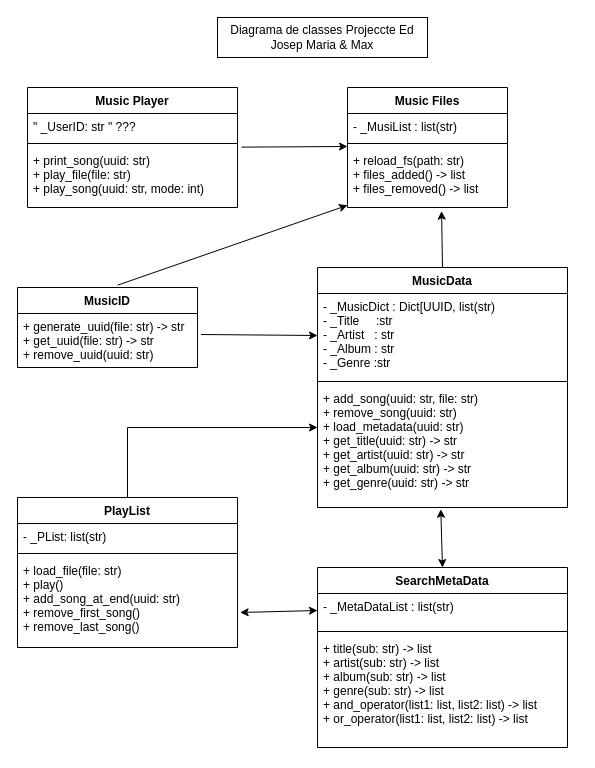
The draw.io diagram Untitled Diagram.drawio in NIU1636724/project_1, before the edit. Source tidied: cells renumbered, new cells numbered last; positions are measured from the earlier drawing's top-left corner, leaving out a move shared by most shapes. Both pictures are drawn from the tidied source at 100%, with x=0, y=0 at pixel (17, 17).
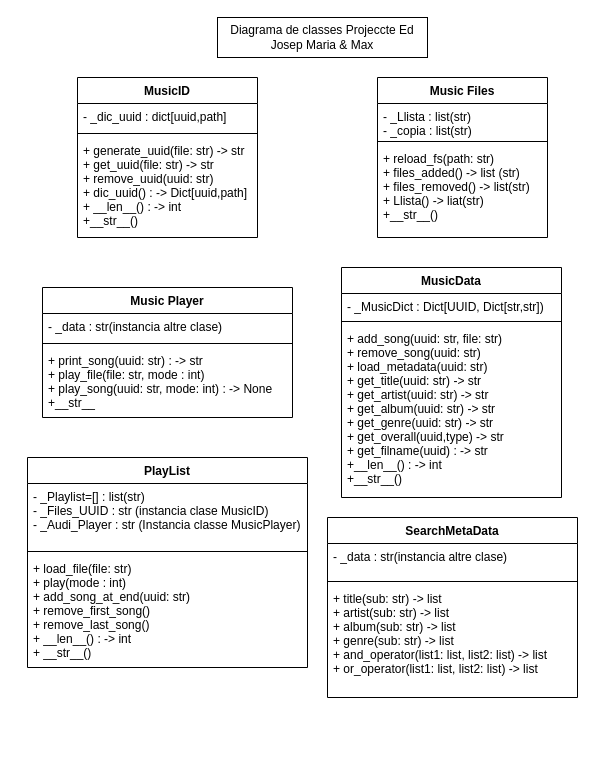
The same diagram, later.

Change to the diagram source:
```diff
@@
     <mxCell id="2" value="Music Player" style="swimlane;fontStyle=1;align=center;verticalAlign=top;horizontal=1;startSize=26;" parent="1" vertex="1">
-      <mxGeometry x="10" y="70" width="210" height="120" as="geometry" />
+      <mxGeometry x="25" y="270" width="250" height="130" as="geometry" />
     </mxCell>
-    <mxCell id="3" value="&quot; _UserID: str &quot; ???" style="text;strokeColor=none;fillColor=none;align=left;verticalAlign=top;spacingLeft=4;spacingRight=4;overflow=hidden;" parent="2" vertex="1">
-      <mxGeometry y="26" width="210" height="26" as="geometry" />
+    <mxCell id="3" value="- _data : str(instancia altre clase)" style="text;strokeColor=none;fillColor=none;align=left;verticalAlign=top;spacingLeft=4;spacingRight=4;overflow=hidden;" parent="2" vertex="1">
+      <mxGeometry y="26" width="250" height="26" as="geometry" />
     </mxCell>
     <mxCell id="4" style="line;strokeWidth=1;fillColor=none;align=left;verticalAlign=middle;spacingTop=-1;spacingLeft=3;spacingRight=3;labelPosition=right;" parent="2" vertex="1">
-      <mxGeometry y="52" width="210" height="8" as="geometry" />
+      <mxGeometry y="52" width="250" height="8" as="geometry" />
     </mxCell>
-    <mxCell id="5" value="+ print_song(uuid: str) &#10;+ play_file(file: str)&#10;+ play_song(uuid: str, mode: int) " style="text;strokeColor=none;fillColor=none;align=left;verticalAlign=top;spacingLeft=4;spacingRight=4;overflow=hidden;points=[[0,0.5],[1,0.5]];portConstraint=eastwest;" parent="2" vertex="1">
-      <mxGeometry y="60" width="210" height="60" as="geometry" />
+    <mxCell id="5" value="+ print_song(uuid: str) : -&gt; str&#10;+ play_file(file: str, mode : int)&#10;+ play_song(uuid: str, mode: int) : -&gt; None&#10;+__str__ " style="text;strokeColor=none;fillColor=none;align=left;verticalAlign=top;spacingLeft=4;spacingRight=4;overflow=hidden;points=[[0,0.5],[1,0.5]];portConstraint=eastwest;" parent="2" vertex="1">
+      <mxGeometry y="60" width="250" height="70" as="geometry" />
     </mxCell>
     <mxCell id="6" value="Music Files" style="swimlane;fontStyle=1;align=center;verticalAlign=top;horizontal=1;startSize=26;" parent="1" vertex="1">
-      <mxGeometry x="330" y="70" width="160" height="120" as="geometry" />
+      <mxGeometry x="360" y="60" width="170" height="160" as="geometry" />
     </mxCell>
-    <mxCell id="7" value="- _MusiList : list(str)" style="text;strokeColor=none;fillColor=none;align=left;verticalAlign=top;spacingLeft=4;spacingRight=4;overflow=hidden;" parent="6" vertex="1">
-      <mxGeometry y="26" width="160" height="26" as="geometry" />
+    <mxCell id="7" value="- _Llista : list(str)&#10;- _copia : list(str)" style="text;strokeColor=none;fillColor=none;align=left;verticalAlign=top;spacingLeft=4;spacingRight=4;overflow=hidden;" parent="6" vertex="1">
+      <mxGeometry y="26" width="170" height="34" as="geometry" />
     </mxCell>
     <mxCell id="8" style="line;strokeWidth=1;fillColor=none;align=left;verticalAlign=middle;spacingTop=-1;spacingLeft=3;spacingRight=3;labelPosition=right;" parent="6" vertex="1">
-      <mxGeometry y="52" width="160" height="8" as="geometry" />
+      <mxGeometry y="60" width="170" height="8" as="geometry" />
     </mxCell>
-    <mxCell id="9" value="+ reload_fs(path: str) &#10;+ files_added() -&gt; list &#10;+ files_removed() -&gt; list" style="text;strokeColor=none;fillColor=none;align=left;verticalAlign=top;spacingLeft=4;spacingRight=4;overflow=hidden;points=[[0,0.5],[1,0.5]];portConstraint=eastwest;" parent="6" vertex="1">
-      <mxGeometry y="60" width="160" height="60" as="geometry" />
+    <mxCell id="9" value="+ reload_fs(path: str) &#10;+ files_added() -&gt; list (str)&#10;+ files_removed() -&gt; list(str)&#10;+ Llista() -&gt; liat(str)&#10;+__str__()&#10;" style="text;strokeColor=none;fillColor=none;align=left;verticalAlign=top;spacingLeft=4;spacingRight=4;overflow=hidden;points=[[0,0.5],[1,0.5]];portConstraint=eastwest;" parent="6" vertex="1">
+      <mxGeometry y="68" width="170" height="92" as="geometry" />
     </mxCell>
-    <mxCell id="10" style="endArrow=classic;html=1;rounded=0;entryX=0;entryY=-0.017;entryDx=0;entryDy=0;entryPerimeter=0;exitX=1.019;exitY=-0.006;exitDx=0;exitDy=0;exitPerimeter=0;" parent="1" edge="1" source="5" target="9">
-      <mxGeometry relative="1" as="geometry" />
-    </mxCell>
     <mxCell id="11" value="MusicData" style="swimlane;fontStyle=1;align=center;verticalAlign=top;horizontal=1;startSize=26;" parent="1" vertex="1">
-      <mxGeometry x="300" y="250" width="250" height="240" as="geometry" />
+      <mxGeometry x="324" y="250" width="220" height="230" as="geometry" />
     </mxCell>
-    <mxCell id="12" value="- _MusicDict : Dict[UUID, list(str)&#10;- _Title     :str&#10;- _Artist   : str&#10;- _Album : str&#10;- _Genre :str" style="text;strokeColor=none;fillColor=none;align=left;verticalAlign=top;spacingLeft=4;spacingRight=4;overflow=hidden;points=[[0,0.5],[1,0.5]];portConstraint=eastwest;" parent="11" vertex="1">
-      <mxGeometry y="26" width="250" height="84" as="geometry" />
+    <mxCell id="12" value="- _MusicDict : Dict[UUID, Dict[str,str])&#10;" style="text;strokeColor=none;fillColor=none;align=left;verticalAlign=top;spacingLeft=4;spacingRight=4;overflow=hidden;points=[[0,0.5],[1,0.5]];portConstraint=eastwest;" parent="11" vertex="1">
+      <mxGeometry y="26" width="220" height="24" as="geometry" />
     </mxCell>
     <mxCell id="13" style="line;strokeWidth=1;fillColor=none;align=left;verticalAlign=middle;spacingTop=-1;spacingLeft=3;spacingRight=3;labelPosition=right;" parent="11" vertex="1">
-      <mxGeometry y="110" width="250" height="8" as="geometry" />
+      <mxGeometry y="50" width="220" height="8" as="geometry" />
     </mxCell>
-    <mxCell id="14" value="+ add_song(uuid: str, file: str)&#10;+ remove_song(uuid: str)&#10;+ load_metadata(uuid: str)&#10;+ get_title(uuid: str) -&gt; str&#10;+ get_artist(uuid: str) -&gt; str&#10;+ get_album(uuid: str) -&gt; str&#10;+ get_genre(uuid: str) -&gt; str &#10;" style="text;strokeColor=none;fillColor=none;align=left;verticalAlign=top;spacingLeft=4;spacingRight=4;overflow=hidden;points=[[0,0.5],[1,0.5]];portConstraint=eastwest;" parent="11" vertex="1">
-      <mxGeometry y="118" width="250" height="122" as="geometry" />
+    <mxCell id="14" value="+ add_song(uuid: str, file: str)&#10;+ remove_song(uuid: str)&#10;+ load_metadata(uuid: str)&#10;+ get_title(uuid: str) -&gt; str&#10;+ get_artist(uuid: str) -&gt; str&#10;+ get_album(uuid: str) -&gt; str&#10;+ get_genre(uuid: str) -&gt; str &#10;+ get_overall(uuid,type) -&gt; str&#10;+ get_filname(uuid) : -&gt; str&#10;+__len__() : -&gt; int&#10;+__str__() &#10;" style="text;strokeColor=none;fillColor=none;align=left;verticalAlign=top;spacingLeft=4;spacingRight=4;overflow=hidden;points=[[0,0.5],[1,0.5]];portConstraint=eastwest;" parent="11" vertex="1">
+      <mxGeometry y="58" width="220" height="172" as="geometry" />
     </mxCell>
-    <mxCell id="15" value="MusicID" style="swimlane;fontStyle=1;align=center;verticalAlign=top;horizontal=1;startSize=26;" parent="1" vertex="1">
-      <mxGeometry y="270" width="180" height="80" as="geometry" />
-    </mxCell>
-    <mxCell id="16" value="+ generate_uuid(file: str) -&gt; str&#10;+ get_uuid(file: str) -&gt; str&#10;+ remove_uuid(uuid: str)  " style="text;strokeColor=none;fillColor=none;align=left;verticalAlign=top;spacingLeft=4;spacingRight=4;overflow=hidden;points=[[0,0.5],[1,0.5]];portConstraint=eastwest;" parent="15" vertex="1">
-      <mxGeometry y="26" width="180" height="54" as="geometry" />
-    </mxCell>
     <mxCell id="17" value="PlayList" style="swimlane;fontStyle=1;align=center;verticalAlign=top;horizontal=1;startSize=26;" parent="1" vertex="1">
-      <mxGeometry y="480" width="220" height="150" as="geometry" />
+      <mxGeometry x="10" y="440" width="280" height="210" as="geometry" />
     </mxCell>
-    <mxCell id="18" value="- _PList: list(str)" style="text;strokeColor=none;fillColor=none;align=left;verticalAlign=top;spacingLeft=4;spacingRight=4;overflow=hidden;" parent="17" vertex="1">
-      <mxGeometry y="26" width="220" height="26" as="geometry" />
+    <mxCell id="18" value="- _Playlist=[] : list(str)&#10;- _Files_UUID : str (instancia clase MusicID)&#10;- _Audi_Player : str (Instancia classe MusicPlayer)&#10;        " style="text;strokeColor=none;fillColor=none;align=left;verticalAlign=top;spacingLeft=4;spacingRight=4;overflow=hidden;" parent="17" vertex="1">
+      <mxGeometry y="26" width="280" height="64" as="geometry" />
     </mxCell>
     <mxCell id="19" style="line;strokeWidth=1;fillColor=none;align=left;verticalAlign=middle;spacingTop=-1;spacingLeft=3;spacingRight=3;labelPosition=right;" parent="17" vertex="1">
-      <mxGeometry y="52" width="220" height="8" as="geometry" />
+      <mxGeometry y="90" width="280" height="8" as="geometry" />
     </mxCell>
-    <mxCell id="20" value="+ load_file(file: str)&#10;+ play() &#10;+ add_song_at_end(uuid: str)&#10;+ remove_first_song()&#10;+ remove_last_song() &#10;" style="text;strokeColor=none;fillColor=none;align=left;verticalAlign=top;spacingLeft=4;spacingRight=4;overflow=hidden;points=[[0,0.5],[1,0.5]];portConstraint=eastwest;" parent="17" vertex="1">
-      <mxGeometry y="60" width="220" height="90" as="geometry" />
+    <mxCell id="20" value="+ load_file(file: str)&#10;+ play(mode : int) &#10;+ add_song_at_end(uuid: str)&#10;+ remove_first_song()&#10;+ remove_last_song() &#10;+ __len__() : -&gt; int&#10;+ __str__()&#10;" style="text;strokeColor=none;fillColor=none;align=left;verticalAlign=top;spacingLeft=4;spacingRight=4;overflow=hidden;points=[[0,0.5],[1,0.5]];portConstraint=eastwest;" parent="17" vertex="1">
+      <mxGeometry y="98" width="280" height="112" as="geometry" />
     </mxCell>
     <mxCell id="21" value="SearchMetaData" style="swimlane;fontStyle=1;align=center;verticalAlign=top;horizontal=1;startSize=26;" parent="1" vertex="1">
-      <mxGeometry x="300" y="550" width="250" height="180" as="geometry" />
+      <mxGeometry x="310" y="500" width="250" height="180" as="geometry" />
     </mxCell>
-    <mxCell id="22" value="- _MetaDataList : list(str)" style="text;strokeColor=none;fillColor=none;align=left;verticalAlign=top;spacingLeft=4;spacingRight=4;overflow=hidden;points=[[0,0.5],[1,0.5]];portConstraint=eastwest;" parent="21" vertex="1">
+    <mxCell id="22" value="- _data : str(instancia altre clase)" style="text;strokeColor=none;fillColor=none;align=left;verticalAlign=top;spacingLeft=4;spacingRight=4;overflow=hidden;points=[[0,0.5],[1,0.5]];portConstraint=eastwest;" parent="21" vertex="1">
       <mxGeometry y="26" width="250" height="34" as="geometry" />
     </mxCell>
@@
-    <mxCell id="25" style="endArrow=classic;html=1;rounded=0;exitX=0.556;exitY=-0.029;exitDx=0;exitDy=0;exitPerimeter=0;" parent="1" edge="1" source="15" target="9">
-      <mxGeometry relative="1" as="geometry" />
-    </mxCell>
-    <mxCell id="26" style="endArrow=classic;html=1;rounded=0;exitX=1.019;exitY=0.389;exitDx=0;exitDy=0;exitPerimeter=0;entryX=0;entryY=0.5;entryDx=0;entryDy=0;" parent="1" edge="1" source="16" target="12">
-      <mxGeometry relative="1" as="geometry" />
-    </mxCell>
-    <mxCell id="27" style="endArrow=classic;html=1;rounded=0;exitX=0.5;exitY=0;exitDx=0;exitDy=0;entryX=0.588;entryY=1.061;entryDx=0;entryDy=0;entryPerimeter=0;" parent="1" edge="1" source="11" target="9">
-      <mxGeometry relative="1" as="geometry" />
-    </mxCell>
-    <mxCell id="28" style="endArrow=classic;html=1;rounded=0;exitX=0.5;exitY=0;exitDx=0;exitDy=0;" parent="1" edge="1" source="17">
-      <mxGeometry relative="1" as="geometry">
-        <mxPoint x="300" y="410" as="targetPoint" />
-        <Array as="points">
-          <mxPoint x="110" y="410" />
-        </Array>
-      </mxGeometry>
-    </mxCell>
-    <mxCell id="29" style="endArrow=classic;startArrow=classic;html=1;rounded=0;exitX=0.5;exitY=0;exitDx=0;exitDy=0;entryX=0.493;entryY=1.014;entryDx=0;entryDy=0;entryPerimeter=0;" parent="1" edge="1" source="21" target="14">
-      <mxGeometry relative="1" as="geometry" />
-    </mxCell>
-    <mxCell id="30" style="endArrow=classic;startArrow=classic;html=1;rounded=0;exitX=1.012;exitY=0.611;exitDx=0;exitDy=0;exitPerimeter=0;entryX=0;entryY=0.5;entryDx=0;entryDy=0;" parent="1" edge="1" source="20" target="22">
-      <mxGeometry relative="1" as="geometry" />
-    </mxCell>
@@
+    <mxCell id="15" value="MusicID" style="swimlane;fontStyle=1;align=center;verticalAlign=top;horizontal=1;startSize=26;" parent="1" vertex="1">
+      <mxGeometry x="60" y="60" width="180" height="160" as="geometry" />
+    </mxCell>
+    <mxCell id="32" value="- _dic_uuid : dict[uuid,path]" style="text;strokeColor=none;fillColor=none;align=left;verticalAlign=top;spacingLeft=4;spacingRight=4;overflow=hidden;" parent="15" vertex="1">
+      <mxGeometry y="26" width="180" height="26" as="geometry" />
+    </mxCell>
+    <mxCell id="33" style="line;strokeWidth=1;fillColor=none;align=left;verticalAlign=middle;spacingTop=-1;spacingLeft=3;spacingRight=3;labelPosition=right;strokeColor=inherit;" parent="15" vertex="1">
+      <mxGeometry y="52" width="180" height="8" as="geometry" />
+    </mxCell>
+    <mxCell id="34" value="+ generate_uuid(file: str) -&gt; str&#10;+ get_uuid(file: str) -&gt; str&#10;+ remove_uuid(uuid: str) &#10;+ dic_uuid() : -&gt; Dict[uuid,path]&#10;+ __len__() : -&gt; int&#10;+__str__()" style="text;strokeColor=none;fillColor=none;align=left;verticalAlign=top;spacingLeft=4;spacingRight=4;overflow=hidden;" parent="15" vertex="1">
+      <mxGeometry y="60" width="180" height="100" as="geometry" />
+    </mxCell>
```
